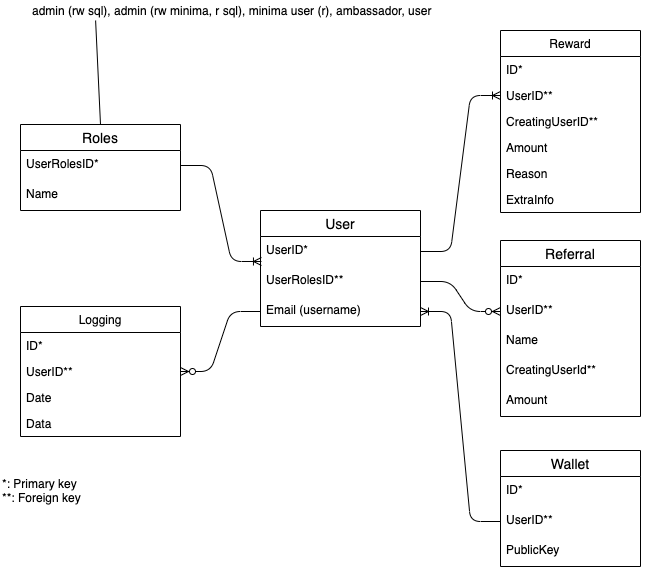
Before: docs/images/dbase.png, a diagram exported from draw.io (minima-global/incentivecash). Source tidied: cells renumbered, new cells last; positions are measured from the earlier drawing's top-left corner, leaving out a move shared by most shapes.
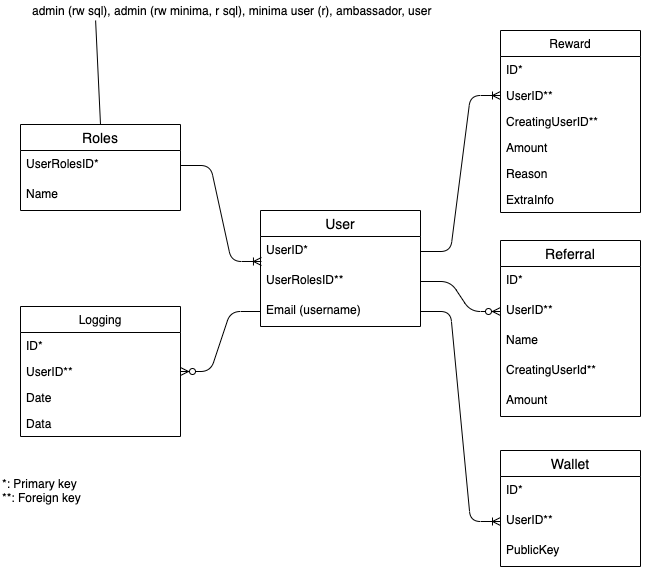
The same file after the commit.

Commit message:
dbase tweak

What changed in the source:
```diff
@@ -113,7 +113,7 @@
     <mxCell id="38" style="edgeStyle=orthogonalEdgeStyle;rounded=0;orthogonalLoop=1;jettySize=auto;html=1;exitX=1;exitY=0.5;exitDx=0;exitDy=0;" parent="34" edge="1" source="36" target="36">
       <mxGeometry relative="1" as="geometry" />
     </mxCell>
-    <mxCell id="39" style="edgeStyle=entityRelationEdgeStyle;fontSize=12;html=1;endArrow=ERoneToMany;entryX=1;entryY=0.5;entryDx=0;entryDy=0;exitX=0;exitY=0.5;exitDx=0;exitDy=0;" parent="1" edge="1" source="36" target="5">
+    <mxCell id="39" style="edgeStyle=entityRelationEdgeStyle;fontSize=12;html=1;endArrow=ERoneToMany;entryX=0;entryY=0.5;entryDx=0;entryDy=0;exitX=1;exitY=0.5;exitDx=0;exitDy=0;" parent="1" edge="1" source="5" target="36">
       <mxGeometry relative="1" as="geometry" />
     </mxCell>
   </root>
```
